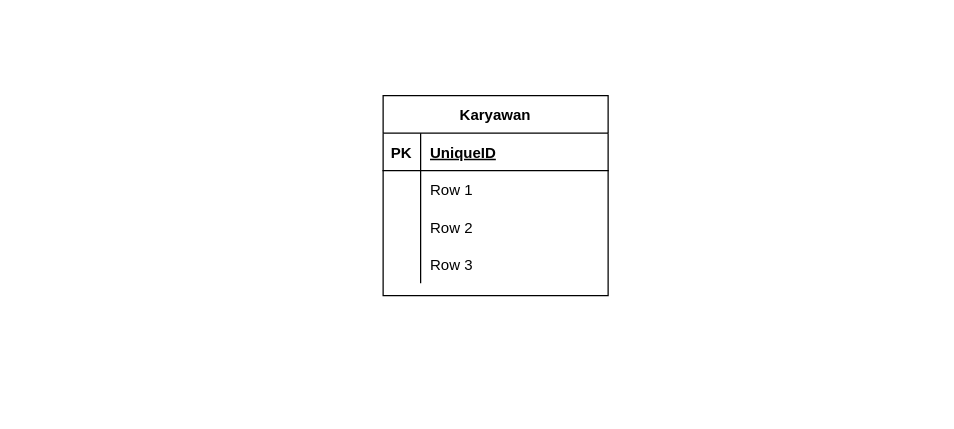
Above: page "Page-1" (1 of 2) of pertemuan7/ERD_quiz.drawio in nentinur/IF214002 (draw.io), before the change. Source tidied: cells renumbered, new cells numbered last; positions are measured from the earlier drawing's top-left corner, leaving out a move shared by most shapes. Both pictures are drawn from the tidied source at 125%, with x=0, y=0 at pixel (382, 95).
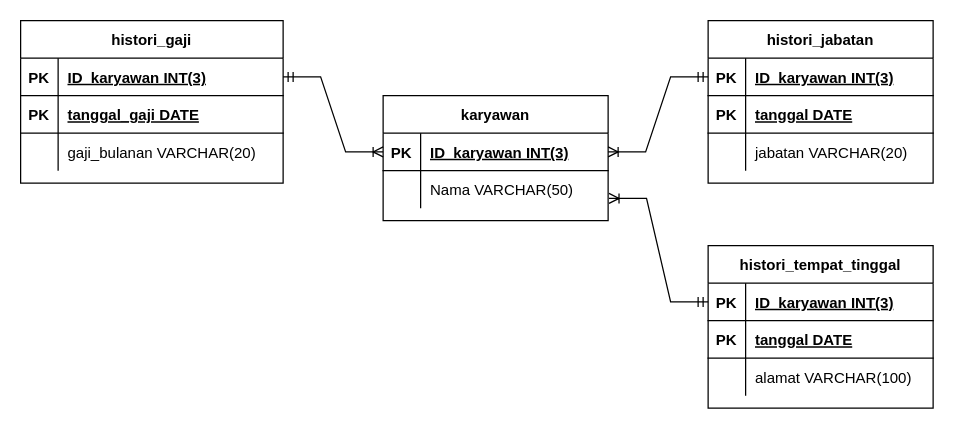
The same page after the edit.

Unchanged cells that the change refers to:
```xml
<mxCell id="3" style="shape=tableRow;horizontal=0;startSize=0;swimlaneHead=0;swimlaneBody=0;fillColor=none;points=[[0,0.5],[1,0.5]];portConstraint=eastwest;top=0;left=0;right=0;bottom=1;" parent="2" vertex="1">
  <mxGeometry y="30" width="180" height="30" as="geometry" />
</mxCell>
<mxCell id="6" style="shape=tableRow;horizontal=0;startSize=0;swimlaneHead=0;swimlaneBody=0;fillColor=none;points=[[0,0.5],[1,0.5]];portConstraint=eastwest;top=0;left=0;right=0;bottom=0;" parent="2" vertex="1">
  <mxGeometry y="60" width="180" height="30" as="geometry" />
</mxCell>
```

The edit, as a diff of the source:
```diff
@@
-    <mxCell id="2" value="Karyawan" style="shape=table;startSize=30;childLayout=tableLayout;rowLines=0;fontStyle=1;align=center;" parent="1" vertex="1">
-      <mxGeometry width="180" height="160" as="geometry" />
+    <mxCell id="2" value="karyawan" style="shape=table;startSize=30;childLayout=tableLayout;rowLines=0;fontStyle=1;align=center;" parent="1" vertex="1">
+      <mxGeometry width="180" height="100" as="geometry" />
     </mxCell>
@@
-    <mxCell id="5" value="UniqueID" style="shape=partialRectangle;fillColor=none;top=0;left=0;bottom=0;right=0;align=left;spacingLeft=6;fontStyle=5;overflow=hidden;" parent="3" vertex="1">
+    <mxCell id="5" value="ID_karyawan INT(3)" style="shape=partialRectangle;fillColor=none;top=0;left=0;bottom=0;right=0;align=left;spacingLeft=6;fontStyle=5;overflow=hidden;" parent="3" vertex="1">
       <mxGeometry x="30" width="150" height="30" as="geometry" />
     </mxCell>
@@
-    <mxCell id="8" value="Row 1" style="shape=partialRectangle;fillColor=none;top=0;left=0;bottom=0;right=0;align=left;spacingLeft=6;overflow=hidden;" parent="6" vertex="1">
+    <mxCell id="8" value="Nama VARCHAR(50)" style="shape=partialRectangle;fillColor=none;top=0;left=0;bottom=0;right=0;align=left;spacingLeft=6;overflow=hidden;" parent="6" vertex="1">
       <mxGeometry x="30" width="150" height="30" as="geometry" />
     </mxCell>
-    <mxCell id="9" style="shape=tableRow;horizontal=0;startSize=0;swimlaneHead=0;swimlaneBody=0;fillColor=none;top=0;left=0;right=0;bottom=0;" parent="2" vertex="1">
-      <mxGeometry y="90" width="180" height="30" as="geometry" />
-    </mxCell>
-    <mxCell id="10" style="shape=partialRectangle;fillColor=none;top=0;left=0;bottom=0;right=0;overflow=hidden;" parent="9" vertex="1">
-      <mxGeometry width="30" height="30" as="geometry" />
-    </mxCell>
-    <mxCell id="11" value="Row 2" style="shape=partialRectangle;fillColor=none;top=0;left=0;bottom=0;right=0;align=left;spacingLeft=6;overflow=hidden;" parent="9" vertex="1">
-      <mxGeometry x="30" width="150" height="30" as="geometry" />
-    </mxCell>
-    <mxCell id="12" style="shape=tableRow;horizontal=0;startSize=0;swimlaneHead=0;swimlaneBody=0;fillColor=none;top=0;left=0;right=0;bottom=0;" parent="2" vertex="1">
-      <mxGeometry y="120" width="180" height="30" as="geometry" />
-    </mxCell>
-    <mxCell id="13" style="shape=partialRectangle;fillColor=none;top=0;left=0;bottom=0;right=0;overflow=hidden;" parent="12" vertex="1">
-      <mxGeometry width="30" height="30" as="geometry" />
-    </mxCell>
-    <mxCell id="14" value="Row 3" style="shape=partialRectangle;fillColor=none;top=0;left=0;bottom=0;right=0;align=left;spacingLeft=6;overflow=hidden;" parent="12" vertex="1">
-      <mxGeometry x="30" width="150" height="30" as="geometry" />
-    </mxCell>
+    <mxCell id="15" value="histori_gaji" style="shape=table;startSize=30;childLayout=tableLayout;rowLines=0;fontStyle=1;align=center;" parent="1" vertex="1">
+      <mxGeometry x="-290" y="-60" width="210" height="130" as="geometry" />
+    </mxCell>
+    <mxCell id="16" style="shape=tableRow;horizontal=0;startSize=0;swimlaneHead=0;swimlaneBody=0;fillColor=none;points=[[0,0.5],[1,0.5]];portConstraint=eastwest;top=0;left=0;right=0;bottom=1;" parent="15" vertex="1">
+      <mxGeometry y="30" width="210" height="30" as="geometry" />
+    </mxCell>
+    <mxCell id="17" value="PK" style="shape=partialRectangle;fillColor=none;top=0;left=0;bottom=0;right=0;fontStyle=1;overflow=hidden;" parent="16" vertex="1">
+      <mxGeometry width="30" height="30" as="geometry" />
+    </mxCell>
+    <mxCell id="18" value="ID_karyawan INT(3)" style="shape=partialRectangle;fillColor=none;top=0;left=0;bottom=0;right=0;align=left;spacingLeft=6;fontStyle=5;overflow=hidden;" parent="16" vertex="1">
+      <mxGeometry x="30" width="180" height="30" as="geometry" />
+    </mxCell>
+    <mxCell id="19" style="shape=tableRow;horizontal=0;startSize=0;swimlaneHead=0;swimlaneBody=0;fillColor=none;top=0;left=0;right=0;bottom=1;" parent="15" vertex="1">
+      <mxGeometry y="60" width="210" height="30" as="geometry" />
+    </mxCell>
+    <mxCell id="20" value="PK" style="shape=partialRectangle;fillColor=none;top=0;left=0;bottom=0;right=0;fontStyle=1;overflow=hidden;" parent="19" vertex="1">
+      <mxGeometry width="30" height="30" as="geometry" />
+    </mxCell>
+    <mxCell id="21" value="tanggal_gaji DATE" style="shape=partialRectangle;fillColor=none;top=0;left=0;bottom=0;right=0;align=left;spacingLeft=6;fontStyle=5;overflow=hidden;" parent="19" vertex="1">
+      <mxGeometry x="30" width="180" height="30" as="geometry" />
+    </mxCell>
+    <mxCell id="22" style="shape=tableRow;horizontal=0;startSize=0;swimlaneHead=0;swimlaneBody=0;fillColor=none;top=0;left=0;right=0;bottom=0;" parent="15" vertex="1">
+      <mxGeometry y="90" width="210" height="30" as="geometry" />
+    </mxCell>
+    <mxCell id="23" style="shape=partialRectangle;fillColor=none;top=0;left=0;bottom=0;right=0;overflow=hidden;" parent="22" vertex="1">
+      <mxGeometry width="30" height="30" as="geometry" />
+    </mxCell>
+    <mxCell id="24" value="gaji_bulanan VARCHAR(20)" style="shape=partialRectangle;fillColor=none;top=0;left=0;bottom=0;right=0;align=left;spacingLeft=6;overflow=hidden;" parent="22" vertex="1">
+      <mxGeometry x="30" width="180" height="30" as="geometry" />
+    </mxCell>
+    <mxCell id="25" style="edgeStyle=entityRelationEdgeStyle;fontSize=12;html=1;endArrow=ERoneToMany;startArrow=ERmandOne;rounded=0;exitX=1;exitY=0.5;exitDx=0;exitDy=0;entryX=0;entryY=0.5;entryDx=0;entryDy=0;" parent="1" edge="1" source="16" target="3">
+      <mxGeometry relative="1" as="geometry" />
+    </mxCell>
+    <mxCell id="26" value="histori_tempat_tinggal" style="shape=table;startSize=30;childLayout=tableLayout;rowLines=0;fontStyle=1;align=center;" parent="1" vertex="1">
+      <mxGeometry x="260" y="120" width="180" height="130" as="geometry" />
+    </mxCell>
+    <mxCell id="27" style="shape=tableRow;horizontal=0;startSize=0;swimlaneHead=0;swimlaneBody=0;fillColor=none;points=[[0,0.5],[1,0.5]];portConstraint=eastwest;top=0;left=0;right=0;bottom=1;" parent="26" vertex="1">
+      <mxGeometry y="30" width="180" height="30" as="geometry" />
+    </mxCell>
+    <mxCell id="28" value="PK" style="shape=partialRectangle;fillColor=none;top=0;left=0;bottom=0;right=0;fontStyle=1;overflow=hidden;" parent="27" vertex="1">
+      <mxGeometry width="30" height="30" as="geometry" />
+    </mxCell>
+    <mxCell id="29" value="ID_karyawan INT(3)" style="shape=partialRectangle;fillColor=none;top=0;left=0;bottom=0;right=0;align=left;spacingLeft=6;fontStyle=5;overflow=hidden;" parent="27" vertex="1">
+      <mxGeometry x="30" width="150" height="30" as="geometry" />
+    </mxCell>
+    <mxCell id="30" style="shape=tableRow;horizontal=0;startSize=0;swimlaneHead=0;swimlaneBody=0;fillColor=none;top=0;left=0;right=0;bottom=1;" parent="26" vertex="1">
+      <mxGeometry y="60" width="180" height="30" as="geometry" />
+    </mxCell>
+    <mxCell id="31" value="PK" style="shape=partialRectangle;fillColor=none;top=0;left=0;bottom=0;right=0;fontStyle=1;overflow=hidden;" parent="30" vertex="1">
+      <mxGeometry width="30" height="30" as="geometry" />
+    </mxCell>
+    <mxCell id="32" value="tanggal DATE" style="shape=partialRectangle;fillColor=none;top=0;left=0;bottom=0;right=0;align=left;spacingLeft=6;fontStyle=5;overflow=hidden;" parent="30" vertex="1">
+      <mxGeometry x="30" width="150" height="30" as="geometry" />
+    </mxCell>
+    <mxCell id="33" style="shape=tableRow;horizontal=0;startSize=0;swimlaneHead=0;swimlaneBody=0;fillColor=none;top=0;left=0;right=0;bottom=0;" parent="26" vertex="1">
+      <mxGeometry y="90" width="180" height="30" as="geometry" />
+    </mxCell>
+    <mxCell id="34" style="shape=partialRectangle;fillColor=none;top=0;left=0;bottom=0;right=0;overflow=hidden;" parent="33" vertex="1">
+      <mxGeometry width="30" height="30" as="geometry" />
+    </mxCell>
+    <mxCell id="35" value="alamat VARCHAR(100)" style="shape=partialRectangle;fillColor=none;top=0;left=0;bottom=0;right=0;align=left;spacingLeft=6;overflow=hidden;" parent="33" vertex="1">
+      <mxGeometry x="30" width="150" height="30" as="geometry" />
+    </mxCell>
+    <mxCell id="36" value="histori_jabatan" style="shape=table;startSize=30;childLayout=tableLayout;rowLines=0;fontStyle=1;align=center;" parent="1" vertex="1">
+      <mxGeometry x="260" y="-60" width="180" height="130" as="geometry" />
+    </mxCell>
+    <mxCell id="37" style="shape=tableRow;horizontal=0;startSize=0;swimlaneHead=0;swimlaneBody=0;fillColor=none;points=[[0,0.5],[1,0.5]];portConstraint=eastwest;top=0;left=0;right=0;bottom=1;" parent="36" vertex="1">
+      <mxGeometry y="30" width="180" height="30" as="geometry" />
+    </mxCell>
+    <mxCell id="38" value="PK" style="shape=partialRectangle;fillColor=none;top=0;left=0;bottom=0;right=0;fontStyle=1;overflow=hidden;" parent="37" vertex="1">
+      <mxGeometry width="30" height="30" as="geometry" />
+    </mxCell>
+    <mxCell id="39" value="ID_karyawan INT(3)" style="shape=partialRectangle;fillColor=none;top=0;left=0;bottom=0;right=0;align=left;spacingLeft=6;fontStyle=5;overflow=hidden;" parent="37" vertex="1">
+      <mxGeometry x="30" width="150" height="30" as="geometry" />
+    </mxCell>
+    <mxCell id="40" style="shape=tableRow;horizontal=0;startSize=0;swimlaneHead=0;swimlaneBody=0;fillColor=none;top=0;left=0;right=0;bottom=1;" parent="36" vertex="1">
+      <mxGeometry y="60" width="180" height="30" as="geometry" />
+    </mxCell>
+    <mxCell id="41" value="PK" style="shape=partialRectangle;fillColor=none;top=0;left=0;bottom=0;right=0;fontStyle=1;overflow=hidden;" parent="40" vertex="1">
+      <mxGeometry width="30" height="30" as="geometry" />
+    </mxCell>
+    <mxCell id="42" value="tanggal DATE" style="shape=partialRectangle;fillColor=none;top=0;left=0;bottom=0;right=0;align=left;spacingLeft=6;fontStyle=5;overflow=hidden;" parent="40" vertex="1">
+      <mxGeometry x="30" width="150" height="30" as="geometry" />
+    </mxCell>
+    <mxCell id="43" style="shape=tableRow;horizontal=0;startSize=0;swimlaneHead=0;swimlaneBody=0;fillColor=none;top=0;left=0;right=0;bottom=0;" parent="36" vertex="1">
+      <mxGeometry y="90" width="180" height="30" as="geometry" />
+    </mxCell>
+    <mxCell id="44" style="shape=partialRectangle;fillColor=none;top=0;left=0;bottom=0;right=0;overflow=hidden;" parent="43" vertex="1">
+      <mxGeometry width="30" height="30" as="geometry" />
+    </mxCell>
+    <mxCell id="45" value="jabatan VARCHAR(20)" style="shape=partialRectangle;fillColor=none;top=0;left=0;bottom=0;right=0;align=left;spacingLeft=6;overflow=hidden;" parent="43" vertex="1">
+      <mxGeometry x="30" width="150" height="30" as="geometry" />
+    </mxCell>
+    <mxCell id="46" style="edgeStyle=entityRelationEdgeStyle;fontSize=12;html=1;endArrow=ERoneToMany;startArrow=ERmandOne;rounded=0;exitX=0;exitY=0.5;exitDx=0;exitDy=0;entryX=1.004;entryY=0.74;entryDx=0;entryDy=0;entryPerimeter=0;" parent="1" edge="1" source="27" target="6">
+      <mxGeometry relative="1" as="geometry" />
+    </mxCell>
+    <mxCell id="47" style="edgeStyle=entityRelationEdgeStyle;fontSize=12;html=1;endArrow=ERoneToMany;startArrow=ERmandOne;rounded=0;exitX=0;exitY=0.5;exitDx=0;exitDy=0;entryX=1;entryY=0.5;entryDx=0;entryDy=0;" parent="1" edge="1" source="37" target="3">
+      <mxGeometry relative="1" as="geometry" />
+    </mxCell>
```
